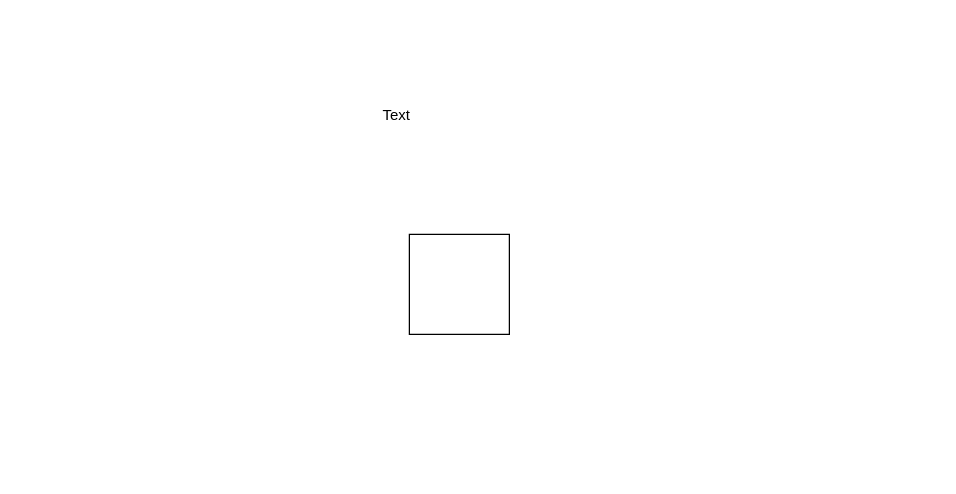
Above: 未命名绘图.drawio in frank8g2g3/draw.io (draw.io), before the change. Source tidied: cells renumbered, new cells numbered last; positions are measured from the earlier drawing's top-left corner, leaving out a move shared by most shapes. Both pictures are drawn from the tidied source at 125%, with x=0, y=0 at pixel (359, 96).
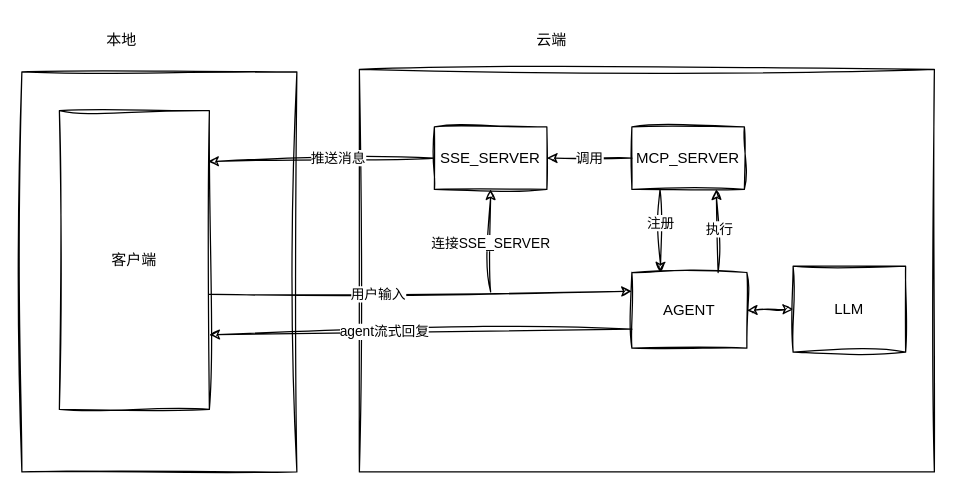
Above is the later version.

Commit message:
更新未命名绘图.drawio

What changed in the source:
```diff
@@
+    <mxCell id="4" style="rounded=0;whiteSpace=wrap;html=1;sketch=1;curveFitting=1;jiggle=2;" parent="1" vertex="1">
+      <mxGeometry y="-22" width="460" height="322" as="geometry" />
+    </mxCell>
+    <mxCell id="5" style="rounded=0;whiteSpace=wrap;html=1;sketch=1;curveFitting=1;jiggle=2;" parent="1" vertex="1">
+      <mxGeometry x="-270" y="-20" width="220" height="320" as="geometry" />
+    </mxCell>
+    <mxCell id="6" value="客户端" style="rounded=0;whiteSpace=wrap;html=1;sketch=1;curveFitting=1;jiggle=2;" parent="1" vertex="1">
+      <mxGeometry x="-240" y="11" width="120" height="239" as="geometry" />
+    </mxCell>
+    <mxCell id="7" value="AGENT" style="rounded=0;whiteSpace=wrap;html=1;sketch=1;curveFitting=1;jiggle=2;" parent="1" vertex="1">
+      <mxGeometry x="218" y="140.5" width="92" height="60.5" as="geometry" />
+    </mxCell>
+    <mxCell id="8" style="endArrow=classic;html=1;rounded=0;exitX=1;exitY=0.615;exitDx=0;exitDy=0;entryX=0;entryY=0.25;entryDx=0;entryDy=0;exitPerimeter=0;sketch=1;curveFitting=1;jiggle=2;" parent="1" edge="1" source="6" target="7">
+      <mxGeometry relative="1" as="geometry" />
+    </mxCell>
+    <mxCell id="9" value="用户输入" style="edgeLabel;html=1;align=center;verticalAlign=middle;sketch=1;curveFitting=1;jiggle=2;" parent="8" vertex="1">
+      <mxGeometry x="-0.2" relative="1" as="geometry" />
+    </mxCell>
+    <mxCell id="10" style="endArrow=classic;html=1;rounded=0;entryX=1;entryY=0.75;entryDx=0;entryDy=0;exitX=0;exitY=0.75;exitDx=0;exitDy=0;sketch=1;curveFitting=1;jiggle=2;" parent="1" edge="1" source="7" target="6">
+      <mxGeometry relative="1" as="geometry" />
+    </mxCell>
+    <mxCell id="11" value="agent流式回复" style="edgeLabel;html=1;align=center;verticalAlign=middle;sketch=1;curveFitting=1;jiggle=2;" parent="10" vertex="1">
+      <mxGeometry x="0.18" y="-1" relative="1" as="geometry" />
+    </mxCell>
+    <mxCell id="12" value="LLM" style="rounded=0;whiteSpace=wrap;html=1;sketch=1;curveFitting=1;jiggle=2;" parent="1" vertex="1">
+      <mxGeometry x="347" y="135.4" width="90" height="68.8" as="geometry" />
+    </mxCell>
+    <mxCell id="13" value="调用" style="edgeStyle=orthogonalEdgeStyle;rounded=0;jettySize=auto;html=1;sketch=1;curveFitting=1;jiggle=2;" parent="1" edge="1" source="14" target="20">
+      <mxGeometry relative="1" as="geometry" />
+    </mxCell>
+    <mxCell id="14" value="MCP_SERVER" style="rounded=0;whiteSpace=wrap;html=1;sketch=1;curveFitting=1;jiggle=2;" parent="1" vertex="1">
+      <mxGeometry x="218" y="24" width="90" height="50" as="geometry" />
+    </mxCell>
+    <mxCell id="15" style="endArrow=classic;html=1;rounded=0;exitX=0.25;exitY=1;exitDx=0;exitDy=0;entryX=0.25;entryY=0;entryDx=0;entryDy=0;sketch=1;curveFitting=1;jiggle=2;" parent="1" edge="1" source="14" target="7">
+      <mxGeometry relative="1" as="geometry" />
+    </mxCell>
+    <mxCell id="16" value="注册" style="edgeLabel;html=1;align=center;verticalAlign=middle;sketch=1;curveFitting=1;jiggle=2;" parent="15" vertex="1">
+      <mxGeometry x="-0.2" relative="1" as="geometry" />
+    </mxCell>
+    <mxCell id="17" style="endArrow=classic;html=1;rounded=0;exitX=0.75;exitY=0;exitDx=0;exitDy=0;entryX=0.75;entryY=1;entryDx=0;entryDy=0;sketch=1;curveFitting=1;jiggle=2;" parent="1" edge="1" source="7" target="14">
+      <mxGeometry relative="1" as="geometry" />
+    </mxCell>
+    <mxCell id="18" value="执行" style="edgeLabel;html=1;align=center;verticalAlign=middle;sketch=1;curveFitting=1;jiggle=2;" parent="17" vertex="1">
+      <mxGeometry x="0.05" y="-1" relative="1" as="geometry" />
+    </mxCell>
+    <mxCell id="19" style="endArrow=classic;startArrow=classic;html=1;rounded=0;exitX=0;exitY=0.5;exitDx=0;exitDy=0;entryX=1;entryY=0.5;entryDx=0;entryDy=0;sketch=1;curveFitting=1;jiggle=2;" parent="1" edge="1" source="12" target="7">
+      <mxGeometry relative="1" as="geometry" />
+    </mxCell>
+    <mxCell id="20" value="SSE_SERVER" style="rounded=0;whiteSpace=wrap;html=1;sketch=1;curveFitting=1;jiggle=2;" parent="1" vertex="1">
+      <mxGeometry x="60" y="24" width="90" height="50" as="geometry" />
+    </mxCell>
+    <mxCell id="21" style="endArrow=classic;html=1;rounded=0;exitX=0;exitY=0.5;exitDx=0;exitDy=0;entryX=0.992;entryY=0.17;entryDx=0;entryDy=0;entryPerimeter=0;sketch=1;curveFitting=1;jiggle=2;" parent="1" edge="1" source="20" target="6">
+      <mxGeometry relative="1" as="geometry" />
+    </mxCell>
+    <mxCell id="22" value="推送消息" style="edgeLabel;html=1;align=center;verticalAlign=middle;sketch=1;curveFitting=1;jiggle=2;" parent="21" vertex="1">
+      <mxGeometry x="-0.15" y="-2" relative="1" as="geometry" />
+    </mxCell>
+    <mxCell id="23" style="endArrow=classic;html=1;rounded=0;entryX=0.5;entryY=1;entryDx=0;entryDy=0;sketch=1;curveFitting=1;jiggle=2;" parent="1" edge="1" target="20">
+      <mxGeometry relative="1" as="geometry">
+        <mxPoint x="105" y="156" as="sourcePoint" />
+      </mxGeometry>
+    </mxCell>
+    <mxCell id="24" value="连接SSE_SERVER" style="edgeLabel;html=1;align=center;verticalAlign=middle;sketch=1;curveFitting=1;jiggle=2;" parent="23" vertex="1">
+      <mxGeometry x="-0.02" y="1" relative="1" as="geometry" />
+    </mxCell>
+    <mxCell id="25" value="本地" style="text;html=1;align=center;verticalAlign=middle;whiteSpace=wrap;rounded=0;sketch=1;curveFitting=1;jiggle=2;" parent="1" vertex="1">
+      <mxGeometry x="-220" y="-60" width="60" height="30" as="geometry" />
+    </mxCell>
+    <mxCell id="26" value="云端" style="text;html=1;align=center;verticalAlign=middle;whiteSpace=wrap;rounded=0;sketch=1;curveFitting=1;jiggle=2;" parent="1" vertex="1">
+      <mxGeometry x="124" y="-60" width="60" height="30" as="geometry" />
+    </mxCell>
```
